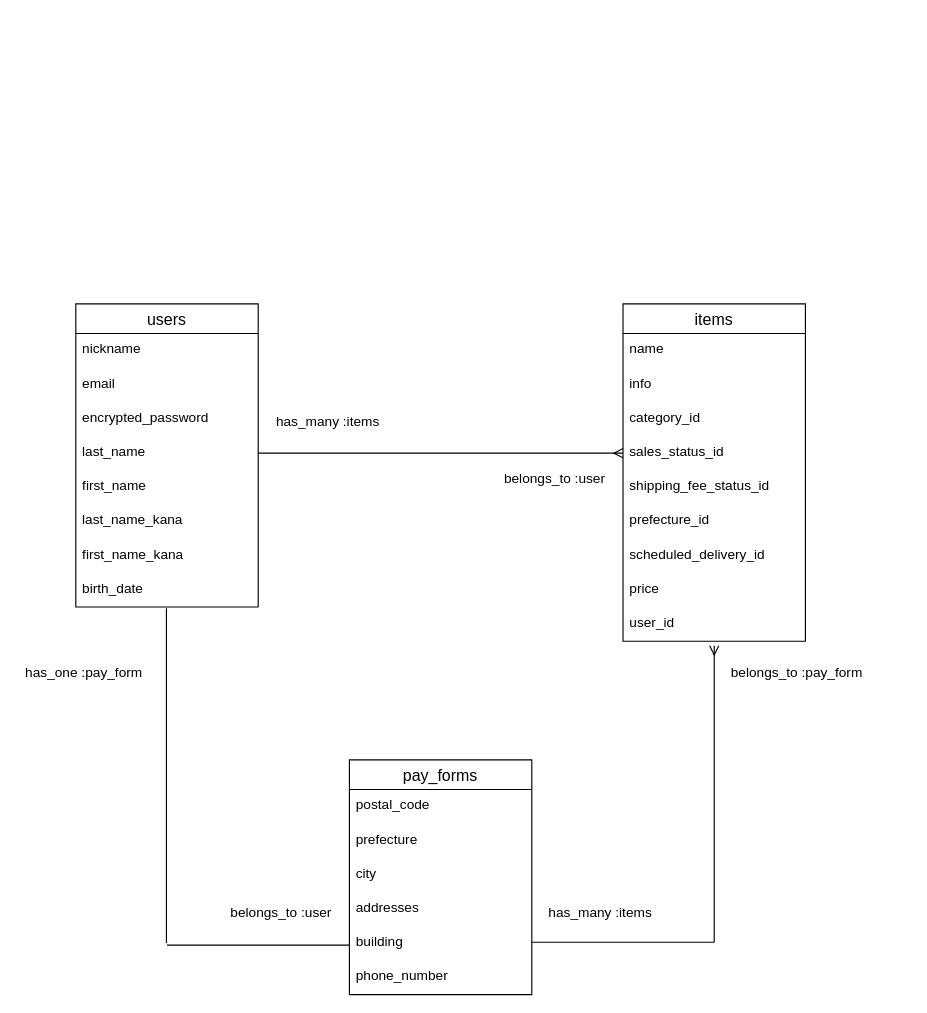
This is README.dio from kazuki-mura/furima-35491, a draw.io file, before an edit. Source tidied: cells renumbered, new cells numbered last; positions are measured from the earlier drawing's top-left corner, leaving out a move shared by most shapes. Both pictures are drawn from the tidied source at 114%, with x=0, y=0 at pixel (18, 303).
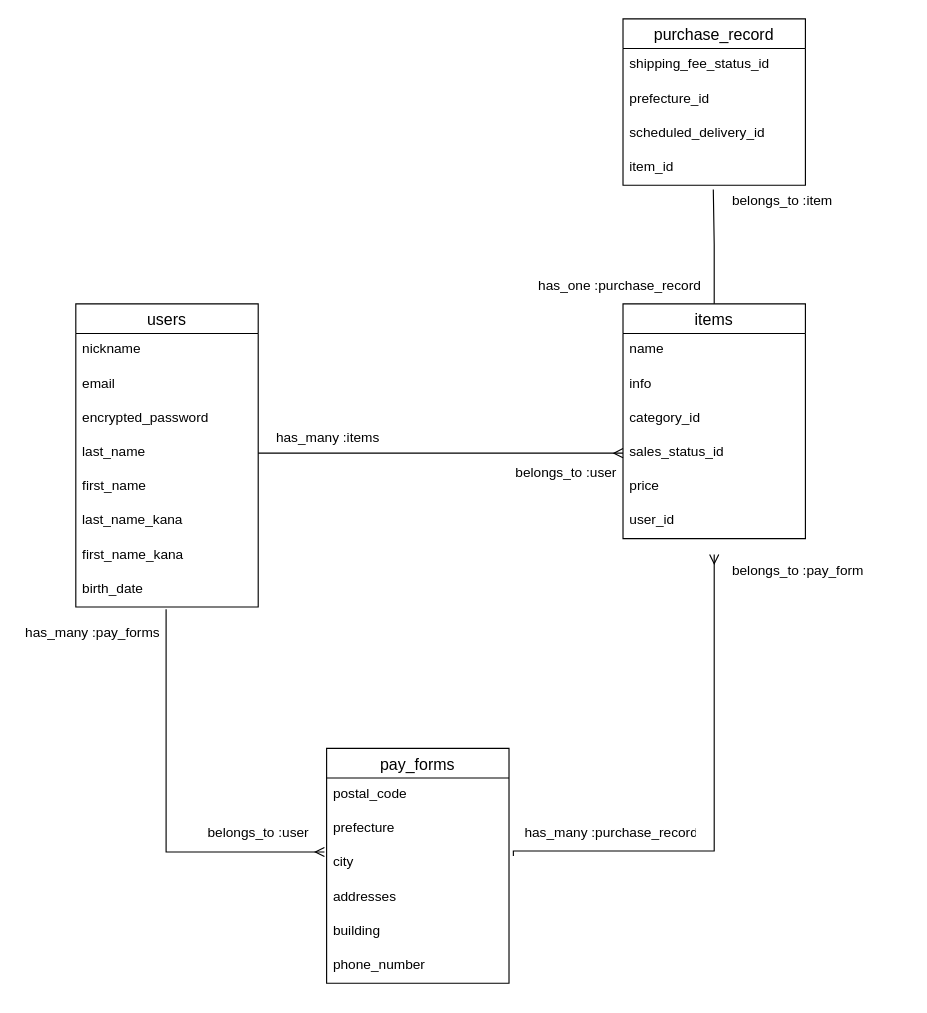
The same page after the edit.

The change refers to these unchanged cells:
```xml
<mxCell id="6" value="last_name" style="text;strokeColor=none;fillColor=none;spacingLeft=4;spacingRight=4;overflow=hidden;points=[[0,0.5],[1,0.5]];portConstraint=eastwest;fontSize=12;fontFamily=Helvetica;" parent="2" vertex="1">
  <mxGeometry y="116" width="160" height="30" as="geometry" />
</mxCell>
<mxCell id="10" value="birth_date" style="text;strokeColor=none;fillColor=none;spacingLeft=4;spacingRight=4;overflow=hidden;points=[[0,0.5],[1,0.5]];portConstraint=eastwest;fontSize=12;fontFamily=Helvetica;" parent="2" vertex="1">
  <mxGeometry y="236" width="160" height="30" as="geometry" />
</mxCell>
<mxCell id="15" value="sales_status_id" style="text;strokeColor=none;fillColor=none;spacingLeft=4;spacingRight=4;overflow=hidden;points=[[0,0.5],[1,0.5]];portConstraint=eastwest;fontSize=12;fontFamily=Helvetica;" parent="11" vertex="1">
  <mxGeometry y="116" width="160" height="30" as="geometry" />
</mxCell>
```

The edit, as a diff of the source:
```diff
@@
     <mxCell id="11" value="items" style="swimlane;fontStyle=0;horizontal=1;startSize=26;align=center;fontSize=14;" parent="1" vertex="1">
-      <mxGeometry x="530" width="160" height="296" as="geometry" />
+      <mxGeometry x="530" width="160" height="206" as="geometry" />
     </mxCell>
@@
+    <mxCell id="19" value="price" style="text;strokeColor=none;fillColor=none;spacingLeft=4;spacingRight=4;overflow=hidden;fontSize=12;fontFamily=Helvetica;" parent="11" vertex="1">
+      <mxGeometry y="146" width="160" height="30" as="geometry" />
+    </mxCell>
+    <mxCell id="39" value="user_id" style="text;strokeColor=none;fillColor=none;spacingLeft=4;spacingRight=4;overflow=hidden;fontSize=12;fontFamily=Helvetica;" parent="11" vertex="1">
+      <mxGeometry y="176" width="160" height="30" as="geometry" />
+    </mxCell>
+    <mxCell id="21" value="purchase_record" style="swimlane;fontStyle=0;horizontal=1;startSize=26;align=center;fontSize=14;" parent="1" vertex="1">
+      <mxGeometry x="530" y="-250" width="160" height="146" as="geometry" />
+    </mxCell>
-    <mxCell id="16" value="shipping_fee_status_id" style="text;strokeColor=none;fillColor=none;spacingLeft=4;spacingRight=4;overflow=hidden;fontSize=12;fontFamily=Helvetica;" parent="11" vertex="1">
-      <mxGeometry y="146" width="160" height="30" as="geometry" />
+    <mxCell id="16" value="shipping_fee_status_id" style="text;strokeColor=none;fillColor=none;spacingLeft=4;spacingRight=4;overflow=hidden;fontSize=12;fontFamily=Helvetica;" parent="21" vertex="1">
+      <mxGeometry y="26" width="160" height="30" as="geometry" />
     </mxCell>
-    <mxCell id="17" value="prefecture_id" style="text;strokeColor=none;fillColor=none;spacingLeft=4;spacingRight=4;overflow=hidden;fontSize=12;fontFamily=Helvetica;" parent="11" vertex="1">
-      <mxGeometry y="176" width="160" height="30" as="geometry" />
+    <mxCell id="17" value="prefecture_id" style="text;strokeColor=none;fillColor=none;spacingLeft=4;spacingRight=4;overflow=hidden;fontSize=12;fontFamily=Helvetica;" parent="21" vertex="1">
+      <mxGeometry y="56" width="160" height="30" as="geometry" />
     </mxCell>
-    <mxCell id="18" value="scheduled_delivery_id" style="text;strokeColor=none;fillColor=none;spacingLeft=4;spacingRight=4;overflow=hidden;fontSize=12;fontFamily=Helvetica;" parent="11" vertex="1">
-      <mxGeometry y="206" width="160" height="30" as="geometry" />
+    <mxCell id="18" value="scheduled_delivery_id" style="text;strokeColor=none;fillColor=none;spacingLeft=4;spacingRight=4;overflow=hidden;fontSize=12;fontFamily=Helvetica;" parent="21" vertex="1">
+      <mxGeometry y="86" width="160" height="30" as="geometry" />
     </mxCell>
-    <mxCell id="19" value="price" style="text;strokeColor=none;fillColor=none;spacingLeft=4;spacingRight=4;overflow=hidden;fontSize=12;fontFamily=Helvetica;" parent="11" vertex="1">
-      <mxGeometry y="236" width="160" height="30" as="geometry" />
-    </mxCell>
-    <mxCell id="20" value="user_id" style="text;strokeColor=none;fillColor=none;spacingLeft=4;spacingRight=4;overflow=hidden;points=[[0,0.5],[1,0.5]];portConstraint=eastwest;fontSize=12;fontFamily=Helvetica;" parent="11" vertex="1">
-      <mxGeometry y="266" width="160" height="30" as="geometry" />
+    <mxCell id="20" value="item_id" style="text;strokeColor=none;fillColor=none;spacingLeft=4;spacingRight=4;overflow=hidden;points=[[0,0.5],[1,0.5]];portConstraint=eastwest;fontSize=12;fontFamily=Helvetica;" parent="21" vertex="1">
+      <mxGeometry y="116" width="160" height="30" as="geometry" />
     </mxCell>
-    <mxCell id="21" value="pay_forms" style="swimlane;fontStyle=0;horizontal=1;startSize=26;align=center;fontSize=14;" parent="1" vertex="1">
-      <mxGeometry x="290" y="400" width="160" height="206" as="geometry" />
-    </mxCell>
+    <mxCell id="28" style="edgeStyle=orthogonalEdgeStyle;rounded=0;jettySize=auto;html=1;entryX=0;entryY=0.5;entryDx=0;entryDy=0;fontFamily=Helvetica;endArrow=ERmany;endFill=0;strokeWidth=1;" parent="1" edge="1" source="6" target="15">
+      <mxGeometry relative="1" as="geometry">
+        <Array as="points">
+          <mxPoint x="510" y="131" />
+          <mxPoint x="510" y="131" />
+        </Array>
+      </mxGeometry>
+    </mxCell>
+    <mxCell id="31" value="has_many :items" style="text;strokeColor=none;fillColor=none;spacingLeft=4;spacingRight=4;overflow=hidden;fontSize=12;" parent="1" vertex="1">
+      <mxGeometry x="220" y="104" width="160" height="30" as="geometry" />
+    </mxCell>
+    <mxCell id="32" value="has_one :purchase_record" style="text;strokeColor=none;fillColor=none;spacingLeft=4;spacingRight=4;overflow=hidden;fontSize=12;" parent="1" vertex="1">
+      <mxGeometry x="450" y="-30" width="160" height="30" as="geometry" />
+    </mxCell>
+    <mxCell id="34" value="belongs_to :item" style="text;strokeColor=none;fillColor=none;spacingLeft=4;spacingRight=4;overflow=hidden;fontSize=12;" parent="1" vertex="1">
+      <mxGeometry x="620" y="-104" width="160" height="30" as="geometry" />
+    </mxCell>
+    <mxCell id="40" value="pay_forms" style="swimlane;fontStyle=0;horizontal=1;startSize=26;align=center;fontSize=14;" parent="1" vertex="1">
+      <mxGeometry x="270" y="390" width="160" height="206" as="geometry" />
+    </mxCell>
-    <mxCell id="22" value="postal_code" style="text;strokeColor=none;fillColor=none;spacingLeft=4;spacingRight=4;overflow=hidden;fontSize=12;fontFamily=Helvetica;" parent="21" vertex="1">
+    <mxCell id="22" value="postal_code" style="text;strokeColor=none;fillColor=none;spacingLeft=4;spacingRight=4;overflow=hidden;fontSize=12;fontFamily=Helvetica;" parent="40" vertex="1">
       <mxGeometry y="26" width="160" height="30" as="geometry" />
     </mxCell>
-    <mxCell id="23" value="prefecture" style="text;strokeColor=none;fillColor=none;spacingLeft=4;spacingRight=4;overflow=hidden;fontSize=12;fontFamily=Helvetica;" parent="21" vertex="1">
+    <mxCell id="23" value="prefecture" style="text;strokeColor=none;fillColor=none;spacingLeft=4;spacingRight=4;overflow=hidden;fontSize=12;fontFamily=Helvetica;" parent="40" vertex="1">
       <mxGeometry y="56" width="160" height="30" as="geometry" />
     </mxCell>
-    <mxCell id="24" value="city" style="text;strokeColor=none;fillColor=none;spacingLeft=4;spacingRight=4;overflow=hidden;points=[[0,0.5],[1,0.5]];portConstraint=eastwest;fontSize=12;fontFamily=Helvetica;" parent="21" vertex="1">
+    <mxCell id="24" value="city" style="text;strokeColor=none;fillColor=none;spacingLeft=4;spacingRight=4;overflow=hidden;points=[[0,0.5],[1,0.5]];portConstraint=eastwest;fontSize=12;fontFamily=Helvetica;" parent="40" vertex="1">
       <mxGeometry y="86" width="160" height="30" as="geometry" />
     </mxCell>
-    <mxCell id="25" value="addresses" style="text;strokeColor=none;fillColor=none;spacingLeft=4;spacingRight=4;overflow=hidden;fontSize=12;fontFamily=Helvetica;" parent="21" vertex="1">
+    <mxCell id="25" value="addresses" style="text;strokeColor=none;fillColor=none;spacingLeft=4;spacingRight=4;overflow=hidden;fontSize=12;fontFamily=Helvetica;" parent="40" vertex="1">
       <mxGeometry y="116" width="160" height="30" as="geometry" />
     </mxCell>
-    <mxCell id="26" value="building" style="text;strokeColor=none;fillColor=none;spacingLeft=4;spacingRight=4;overflow=hidden;fontSize=12;fontFamily=Helvetica;" parent="21" vertex="1">
+    <mxCell id="26" value="building" style="text;strokeColor=none;fillColor=none;spacingLeft=4;spacingRight=4;overflow=hidden;fontSize=12;fontFamily=Helvetica;" parent="40" vertex="1">
       <mxGeometry y="146" width="160" height="30" as="geometry" />
     </mxCell>
-    <mxCell id="27" value="phone_number" style="text;strokeColor=none;fillColor=none;spacingLeft=4;spacingRight=4;overflow=hidden;fontSize=12;fontFamily=Helvetica;" parent="21" vertex="1">
+    <mxCell id="27" value="phone_number" style="text;strokeColor=none;fillColor=none;spacingLeft=4;spacingRight=4;overflow=hidden;fontSize=12;fontFamily=Helvetica;" parent="40" vertex="1">
       <mxGeometry y="176" width="160" height="30" as="geometry" />
     </mxCell>
-    <mxCell id="28" style="edgeStyle=orthogonalEdgeStyle;rounded=0;jettySize=auto;html=1;entryX=0;entryY=0.5;entryDx=0;entryDy=0;fontFamily=Helvetica;endArrow=ERmany;endFill=0;strokeWidth=1;" parent="1" edge="1" source="6" target="15">
-      <mxGeometry relative="1" as="geometry">
-        <Array as="points">
-          <mxPoint x="510" y="131" />
-          <mxPoint x="510" y="131" />
-        </Array>
-      </mxGeometry>
-    </mxCell>
-    <mxCell id="29" style="edgeStyle=orthogonalEdgeStyle;rounded=0;orthogonalLoop=1;jettySize=auto;html=1;startSize=15;endArrow=none;endFill=0;strokeWidth=1;fontFamily=Helvetica;" parent="1" edge="1">
-      <mxGeometry relative="1" as="geometry">
-        <mxPoint x="129.5" y="267" as="sourcePoint" />
-        <mxPoint x="129.5" y="561" as="targetPoint" />
-      </mxGeometry>
-    </mxCell>
-    <mxCell id="30" style="edgeStyle=orthogonalEdgeStyle;rounded=0;orthogonalLoop=1;jettySize=auto;html=1;startSize=15;endArrow=none;endFill=0;strokeWidth=1;fontFamily=Helvetica;" parent="1" edge="1">
-      <mxGeometry relative="1" as="geometry">
-        <mxPoint x="130" y="562.5" as="sourcePoint" />
-        <mxPoint x="290" y="562.5" as="targetPoint" />
-      </mxGeometry>
-    </mxCell>
-    <mxCell id="31" value="has_many :items" style="text;strokeColor=none;fillColor=none;spacingLeft=4;spacingRight=4;overflow=hidden;fontSize=12;" parent="1" vertex="1">
-      <mxGeometry x="220" y="90" width="160" height="30" as="geometry" />
-    </mxCell>
-    <mxCell id="32" value="has_one :pay_form" style="text;strokeColor=none;fillColor=none;spacingLeft=4;spacingRight=4;overflow=hidden;fontSize=12;" parent="1" vertex="1">
-      <mxGeometry y="310" width="160" height="30" as="geometry" />
-    </mxCell>
-    <mxCell id="33" value="belongs_to :user" style="text;strokeColor=none;fillColor=none;spacingLeft=4;spacingRight=4;overflow=hidden;fontSize=12;" parent="1" vertex="1">
-      <mxGeometry x="420" y="140" width="160" height="30" as="geometry" />
-    </mxCell>
-    <mxCell id="34" value="belongs_to :user" style="text;strokeColor=none;fillColor=none;spacingLeft=4;spacingRight=4;overflow=hidden;fontSize=12;" parent="1" vertex="1">
-      <mxGeometry x="180" y="520" width="160" height="30" as="geometry" />
-    </mxCell>
-    <mxCell id="35" style="edgeStyle=orthogonalEdgeStyle;rounded=0;orthogonalLoop=1;jettySize=auto;html=1;startSize=15;endArrow=none;endFill=0;strokeWidth=1;fontFamily=Helvetica;" parent="1" edge="1">
-      <mxGeometry relative="1" as="geometry">
-        <mxPoint x="450" y="560" as="sourcePoint" />
-        <mxPoint x="610" y="560" as="targetPoint" />
-      </mxGeometry>
-    </mxCell>
+    <mxCell id="41" style="edgeStyle=orthogonalEdgeStyle;rounded=0;jettySize=auto;html=1;fontFamily=Helvetica;endArrow=ERmany;endFill=0;strokeWidth=1;exitX=0.495;exitY=1.065;exitDx=0;exitDy=0;exitPerimeter=0;entryX=-0.012;entryY=0.163;entryDx=0;entryDy=0;entryPerimeter=0;" parent="1" edge="1" source="10" target="24">
+      <mxGeometry relative="1" as="geometry">
+        <Array as="points">
+          <mxPoint x="129" y="481" />
+        </Array>
+      </mxGeometry>
+    </mxCell>
+    <mxCell id="42" value="has_many :pay_forms" style="text;strokeColor=none;fillColor=none;spacingLeft=4;spacingRight=4;overflow=hidden;fontSize=12;" parent="1" vertex="1">
+      <mxGeometry y="275" width="160" height="30" as="geometry" />
+    </mxCell>
+    <mxCell id="43" value="belongs_to :user" style="text;strokeColor=none;fillColor=none;spacingLeft=4;spacingRight=4;overflow=hidden;fontSize=12;" parent="1" vertex="1">
+      <mxGeometry x="430" y="134" width="160" height="26" as="geometry" />
+    </mxCell>
+    <mxCell id="44" value="belongs_to :user" style="text;strokeColor=none;fillColor=none;spacingLeft=4;spacingRight=4;overflow=hidden;fontSize=12;" parent="1" vertex="1">
+      <mxGeometry x="160" y="450" width="160" height="30" as="geometry" />
+    </mxCell>
+    <mxCell id="45" style="edgeStyle=orthogonalEdgeStyle;rounded=0;jettySize=auto;html=1;startSize=15;endArrow=none;endFill=0;strokeWidth=1;fontFamily=Helvetica;entryX=0.495;entryY=1.124;entryDx=0;entryDy=0;entryPerimeter=0;exitX=0.5;exitY=0;exitDx=0;exitDy=0;" parent="1" edge="1" source="11" target="20">
+      <mxGeometry relative="1" as="geometry">
+        <Array as="points">
+          <mxPoint x="610" y="-52" />
+          <mxPoint x="609" y="-100" />
+        </Array>
+      </mxGeometry>
+    </mxCell>
+    <mxCell id="46" style="edgeStyle=orthogonalEdgeStyle;rounded=0;jettySize=auto;html=1;fontFamily=Helvetica;endArrow=ERmany;endFill=0;strokeWidth=1;exitX=1.024;exitY=0.28;exitDx=0;exitDy=0;exitPerimeter=0;" parent="1" edge="1" source="24">
+      <mxGeometry relative="1" as="geometry">
+        <mxPoint x="610" y="220" as="targetPoint" />
+        <Array as="points">
+          <mxPoint x="434" y="480" />
+          <mxPoint x="610" y="480" />
+        </Array>
+      </mxGeometry>
+    </mxCell>
+    <mxCell id="47" value="has_many :purchase_record" style="text;strokeColor=none;fillColor=none;spacingLeft=4;spacingRight=4;overflow=hidden;fontSize=12;" parent="1" vertex="1">
+      <mxGeometry x="438" y="450" width="160" height="30" as="geometry" />
+    </mxCell>
     <mxCell id="36" value="belongs_to :pay_form" style="text;strokeColor=none;fillColor=none;spacingLeft=4;spacingRight=4;overflow=hidden;fontSize=12;" parent="1" vertex="1">
-      <mxGeometry x="619" y="310" width="160" height="30" as="geometry" />
+      <mxGeometry x="620" y="220" width="160" height="30" as="geometry" />
     </mxCell>
-    <mxCell id="37" style="edgeStyle=orthogonalEdgeStyle;rounded=0;orthogonalLoop=1;jettySize=auto;html=1;fontFamily=Helvetica;endArrow=ERmany;endFill=0;strokeWidth=1;" parent="1" edge="1">
-      <mxGeometry relative="1" as="geometry">
-        <mxPoint x="610" y="560" as="sourcePoint" />
-        <mxPoint x="610" y="300" as="targetPoint" />
-        <Array as="points">
-          <mxPoint x="610" y="560" />
-        </Array>
-      </mxGeometry>
-    </mxCell>
-    <mxCell id="38" value="has_many :items" style="text;strokeColor=none;fillColor=none;spacingLeft=4;spacingRight=4;overflow=hidden;fontSize=12;" parent="1" vertex="1">
-      <mxGeometry x="459" y="520" width="160" height="30" as="geometry" />
-    </mxCell>
```
